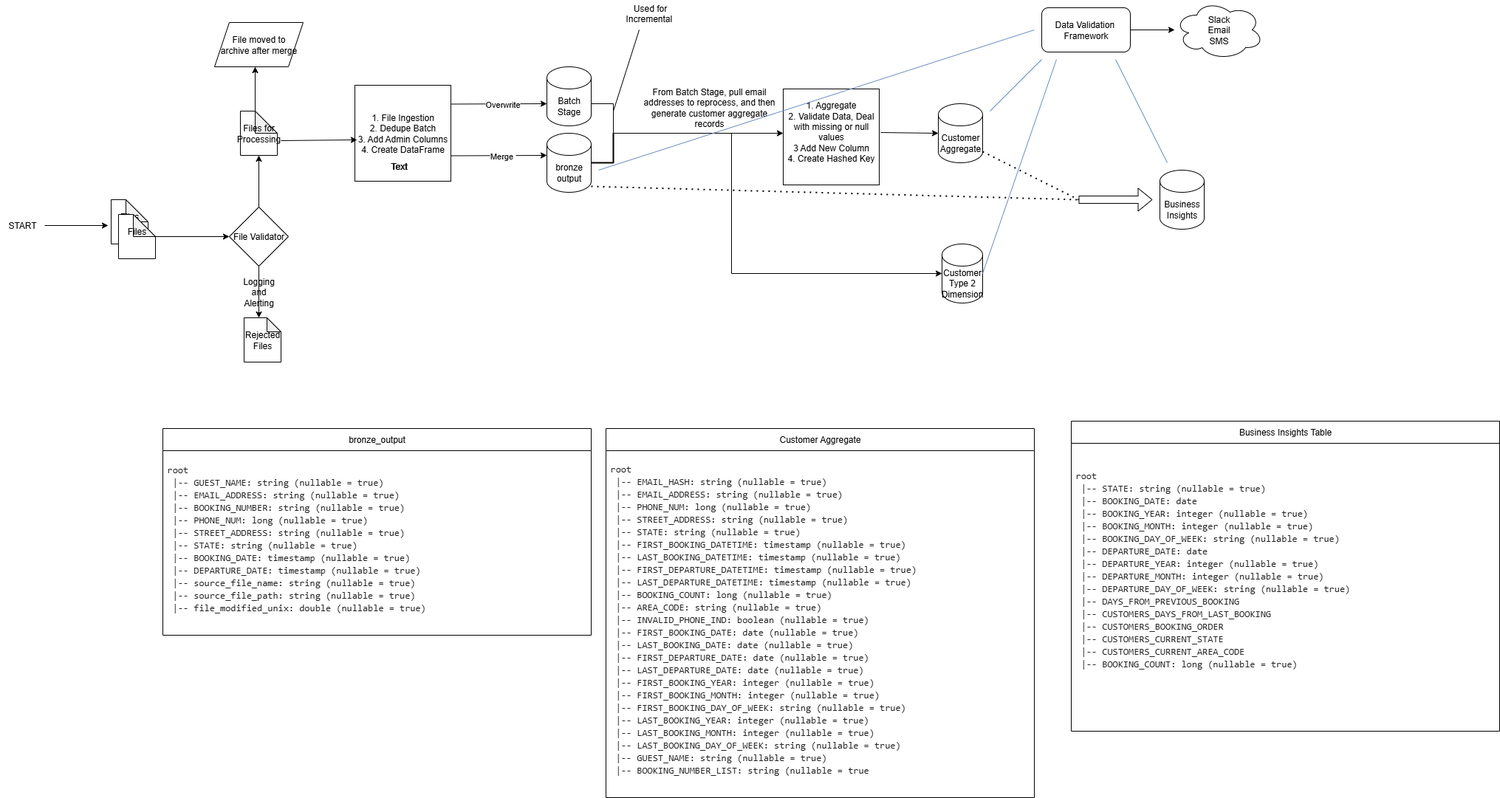
This is Bookings Data Pipeline Architecture.png from ronpark71/PySparkCodingAssessmentDataPipeline, a draw.io export, as it was before one commit. Source tidied: cells renumbered, new cells last; positions are measured from the earlier drawing's top-left corner, leaving out a move shared by most shapes.
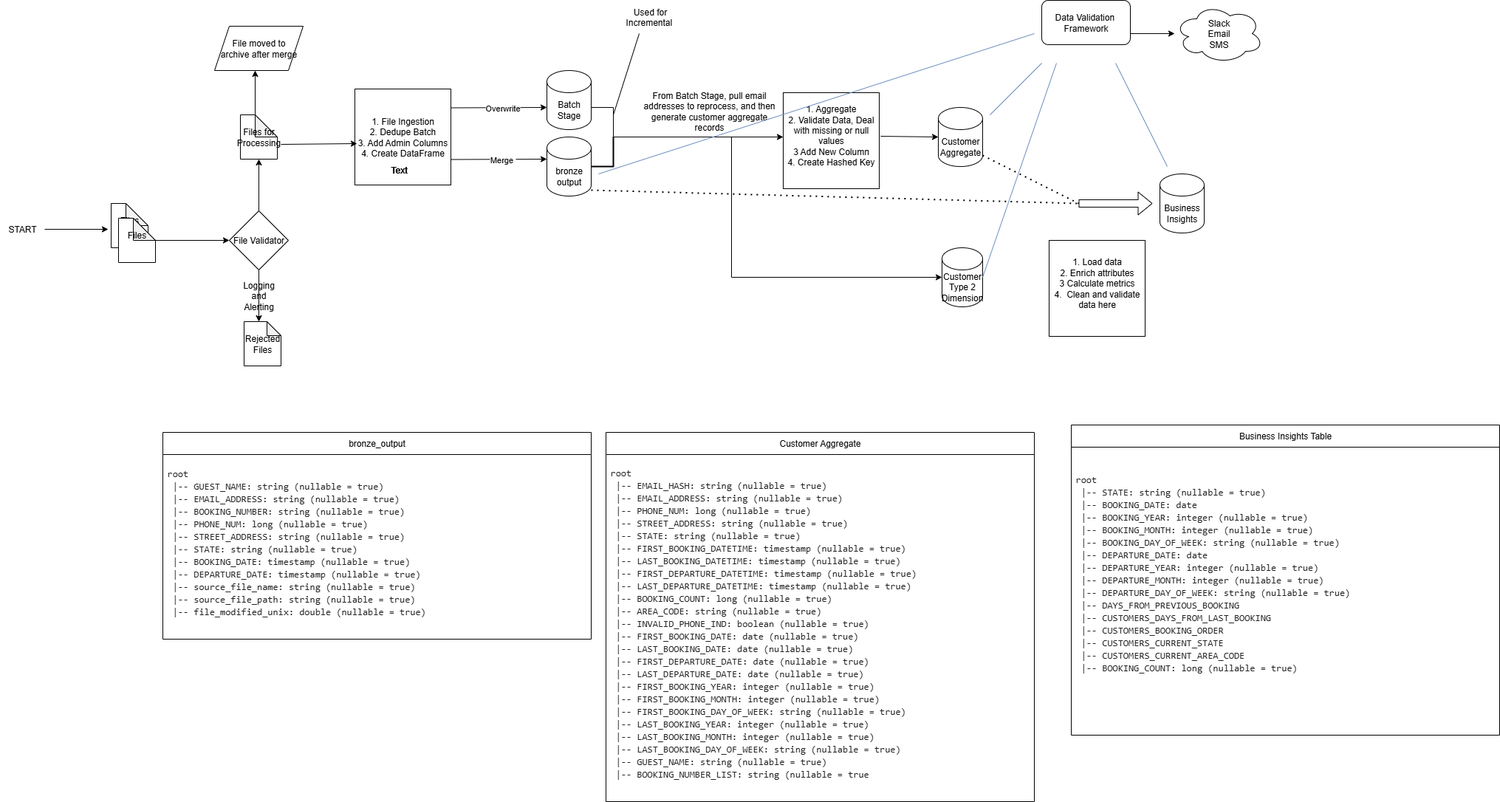
After the change.

The edit, as a diff of the source:
```diff
@@ -137,7 +137,7 @@
       <mxGeometry x="1275" y="330" width="55" height="80" as="geometry" />
     </mxCell>
     <mxCell id="37" value="Data Validation&amp;nbsp;&lt;div&gt;Framework&lt;/div&gt;" style="rounded=1;whiteSpace=wrap;html=1;" parent="1" vertex="1">
-      <mxGeometry x="1410" y="10" width="120" height="60" as="geometry" />
+      <mxGeometry x="1410" y="-5" width="120" height="60" as="geometry" />
     </mxCell>
     <mxCell id="38" style="endArrow=none;html=1;rounded=0;fontColor=#1219F4;fillColor=#dae8fc;strokeColor=#6c8ebf;" parent="1" edge="1">
       <mxGeometry relative="1" as="geometry">
@@ -221,5 +221,8 @@
     <mxCell id="56" value="File moved to&lt;div&gt;archive after merge&lt;/div&gt;" style="shape=parallelogram;perimeter=parallelogramPerimeter;whiteSpace=wrap;html=1;fixedSize=1;" parent="1" vertex="1">
       <mxGeometry x="290" y="30" width="120" height="60" as="geometry" />
     </mxCell>
+    <mxCell id="57" value="1. Load data&lt;div&gt;2. Enrich attributes&lt;div&gt;3 Calculate metrics&lt;/div&gt;&lt;div&gt;&lt;span style=&quot;background-color: transparent; color: light-dark(rgb(0, 0, 0), rgb(255, 255, 255));&quot;&gt;4.&amp;nbsp; Clean and validate data here&lt;/span&gt;&lt;/div&gt;&lt;div&gt;&lt;br&gt;&lt;/div&gt;&lt;/div&gt;" style="whiteSpace=wrap;html=1;" parent="1" vertex="1">
+      <mxGeometry x="1420" y="320" width="130" height="130" as="geometry" />
+    </mxCell>
   </root>
 </mxGraphModel>
```
